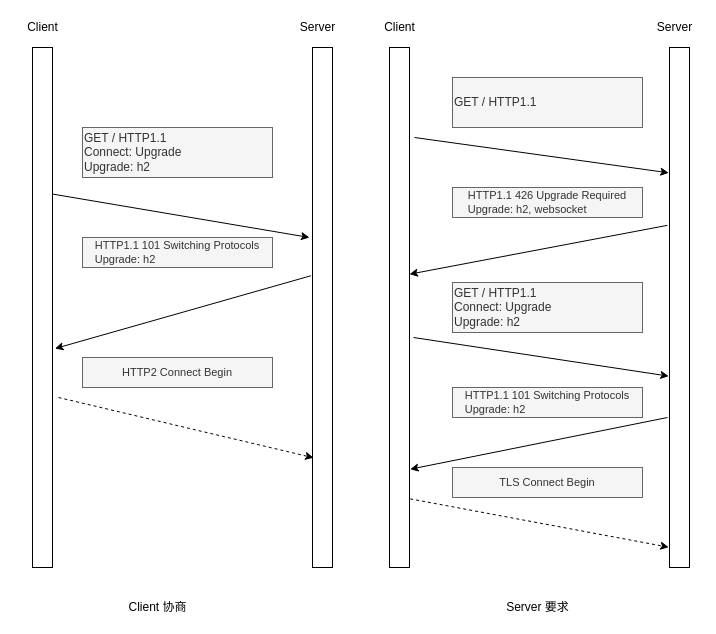
Before: net/http协议升级流程.drawio in yueyangtian/draw, a draw.io diagram. Source tidied: cells renumbered, new cells numbered last; positions are measured from the earlier drawing's top-left corner, leaving out a move shared by most shapes. Both pictures are drawn from the tidied source at 100%, with x=0, y=0 at pixel (17, 17).
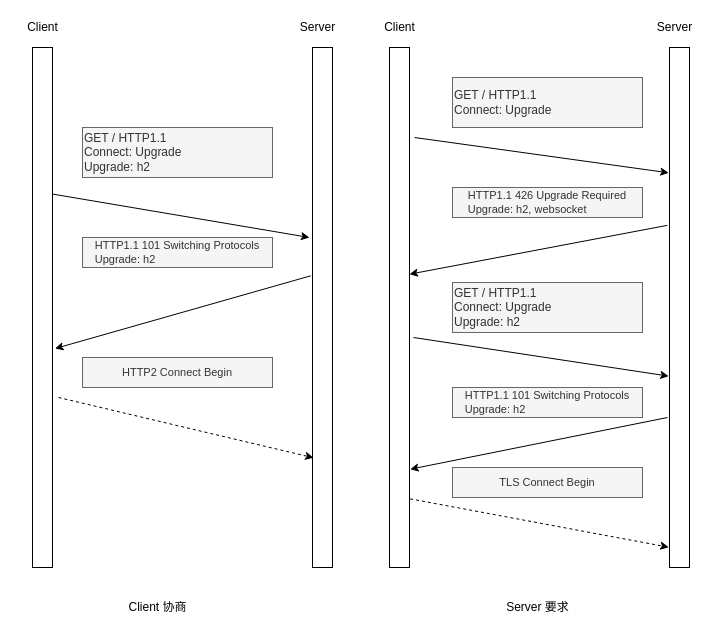
The same diagram, later.

Commit message:
更新http协议升级流程.drawio

Diff of the diagram source:
```diff
@@
-    <mxCell id="23" value="&lt;div&gt;&lt;span&gt;GET / HTTP1.1&lt;/span&gt;&lt;/div&gt;" style="text;html=1;align=left;verticalAlign=middle;whiteSpace=wrap;rounded=0;fillColor=#f5f5f5;strokeColor=#666666;fontColor=#333333;" parent="1" vertex="1">
+    <mxCell id="23" value="&lt;div&gt;&lt;span&gt;GET / HTTP1.1&lt;/span&gt;&lt;/div&gt;&lt;div&gt;&lt;span&gt;Connect: Upgrade&lt;/span&gt;&lt;/div&gt;" style="text;html=1;align=left;verticalAlign=middle;whiteSpace=wrap;rounded=0;fillColor=#f5f5f5;strokeColor=#666666;fontColor=#333333;" parent="1" vertex="1">
       <mxGeometry x="435" y="60" width="190" height="50" as="geometry" />
     </mxCell>
```
